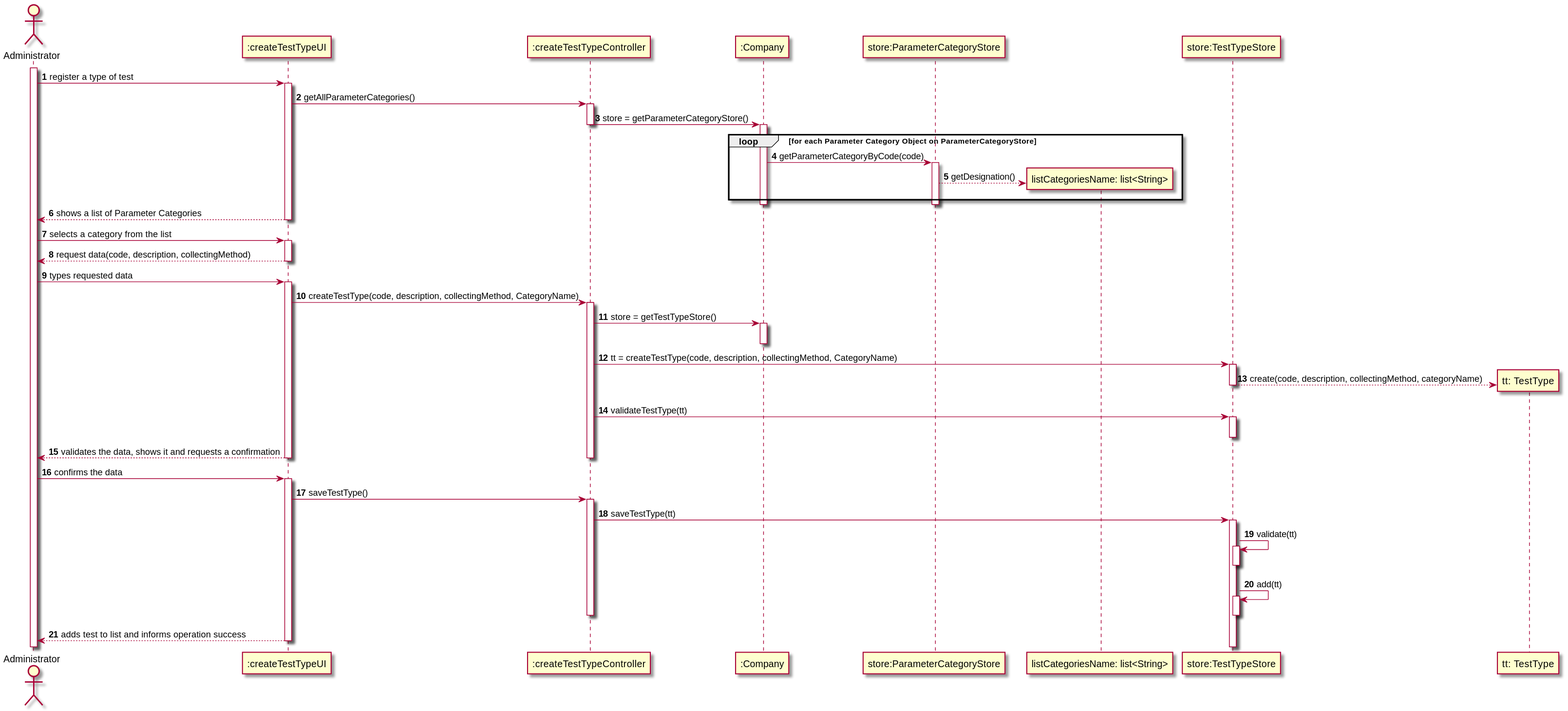
Before: docs/SprintB/US09/US09-SD.svg, a diagram exported from PlantUML (0franciscor/lei-21-s2-1de-g19). Its diagram source:
```plantuml
@startuml
autonumber
actor "Administrator" as admin
activate admin

admin -> ":createTestTypeUI" : register a type of test
activate ":createTestTypeUI"
":createTestTypeUI" -> ":createTestTypeController": getAllParameterCategories()
activate ":createTestTypeController"
":createTestTypeController" -> ":Company": store = getParameterCategoryStore()
deactivate ":createTestTypeController"
activate ":Company"
loop for each Parameter Category Object on ParameterCategoryStore
":Company" -> "store:ParameterCategoryStore": getParameterCategoryByCode(code)
activate "store:ParameterCategoryStore"
create "listCategoriesName: list<String>"
"store:ParameterCategoryStore" --> "listCategoriesName: list<String>": getDesignation()
end
deactivate "store:ParameterCategoryStore"
deactivate ":Company"
":createTestTypeUI" --> admin: shows a list of Parameter Categories
deactivate ":createTestTypeUI"
admin -> ":createTestTypeUI": selects a category from the list
activate ":createTestTypeUI"
":createTestTypeUI" --> admin: request data(code, description, collectingMethod)
deactivate ":createTestTypeUI"
deactivate ":createTestTypeUI"
admin -> ":createTestTypeUI" : types requested data
activate ":createTestTypeUI"
":createTestTypeUI" -> ":createTestTypeController": createTestType(code, description, collectingMethod, CategoryName)
activate ":createTestTypeController"
":createTestTypeController" -> ":Company" : store = getTestTypeStore()
activate ":Company"
deactivate ":Company"
":createTestTypeController" -> "store:TestTypeStore" : tt = createTestType(code, description, collectingMethod, CategoryName)
activate "store:TestTypeStore"
create "tt: TestType"
"store:TestTypeStore" --> "tt: TestType" : create(code, description, collectingMethod, categoryName)
deactivate "store:TestTypeStore"
":createTestTypeController" -> "store:TestTypeStore" : validateTestType(tt)
activate "store:TestTypeStore"
deactivate "store:TestTypeStore"
":createTestTypeUI" --> admin: validates the data, shows it and requests a confirmation
deactivate ":createTestTypeController"
deactivate ":createTestTypeUI"
admin -> ":createTestTypeUI": confirms the data
activate ":createTestTypeUI"
":createTestTypeUI" -> ":createTestTypeController": saveTestType()
activate ":createTestTypeController"
":createTestTypeController" -> "store:TestTypeStore"++ : saveTestType(tt)
"store:TestTypeStore" -> "store:TestTypeStore": validate(tt)
activate "store:TestTypeStore"
deactivate "store:TestTypeStore"
"store:TestTypeStore" -> "store:TestTypeStore": add(tt)
activate "store:TestTypeStore"
deactivate "store:TestTypeStore"
deactivate ":createTestTypeController"
":createTestTypeUI" --> admin: adds test to list and informs operation success
deactivate ":createTestTypeUI"
@enduml
```
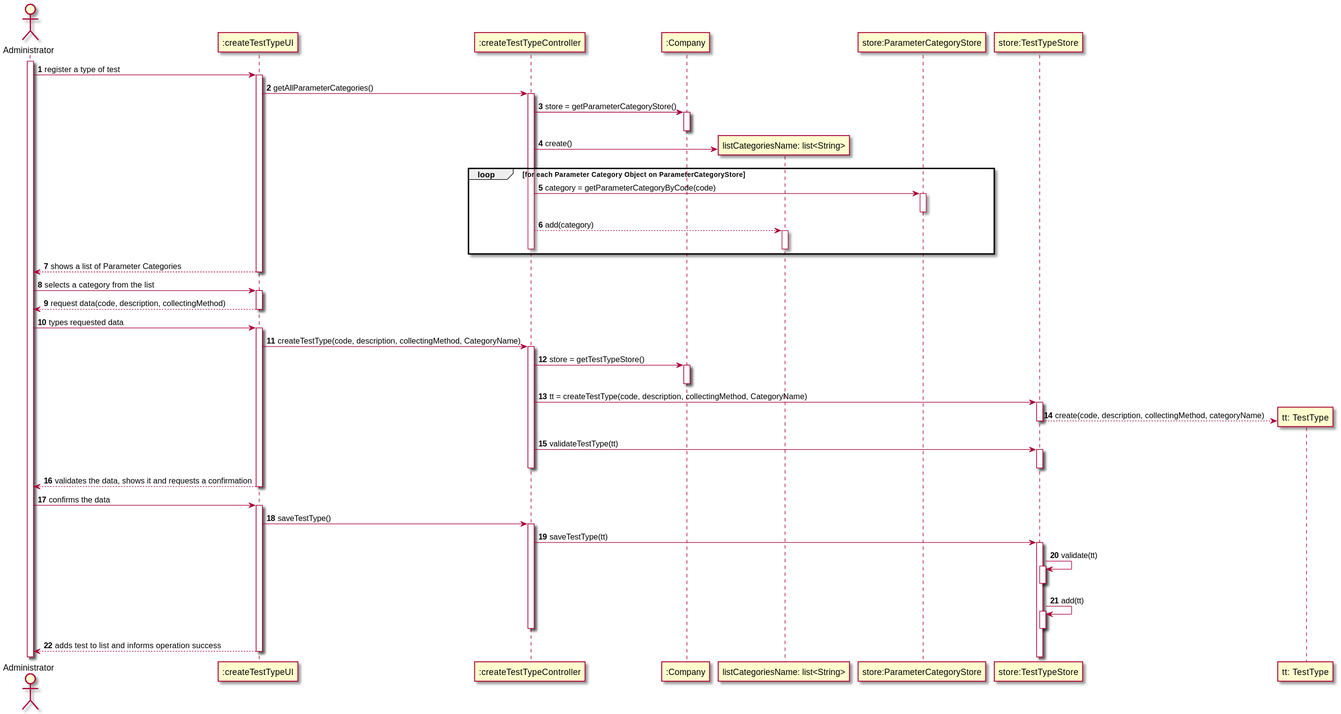
The same diagram one commit later.

The edit, as a diff of the source:
```diff
@@ -4,23 +4,40 @@
 activate admin
 
 admin -> ":createTestTypeUI" : register a type of test
+
+
 activate ":createTestTypeUI"
 ":createTestTypeUI" -> ":createTestTypeController": getAllParameterCategories()
+
+
 activate ":createTestTypeController"
 ":createTestTypeController" -> ":Company": store = getParameterCategoryStore()
+activate ":Company"
+deactivate ":Company"
+
+
+create "listCategoriesName: list<String>"
+":createTestTypeController" -> "listCategoriesName: list<String>": create()
+
+
+loop for each Parameter Category Object on ParameterCategoryStore
+":createTestTypeController" -> "store:ParameterCategoryStore": category = getParameterCategoryByCode(code)
+
+
+activate "store:ParameterCategoryStore"
+deactivate "store:ParameterCategoryStore"
+":createTestTypeController" --> "listCategoriesName: list<String>": add(category)
+activate "listCategoriesName: list<String>"
+deactivate "listCategoriesName: list<String>"
 deactivate ":createTestTypeController"
-activate ":Company"
-loop for each Parameter Category Object on ParameterCategoryStore
-":Company" -> "store:ParameterCategoryStore": getParameterCategoryByCode(code)
-activate "store:ParameterCategoryStore"
-create "listCategoriesName: list<String>"
-"store:ParameterCategoryStore" --> "listCategoriesName: list<String>": getDesignation()
 end
-deactivate "store:ParameterCategoryStore"
-deactivate ":Company"
+
+
 ":createTestTypeUI" --> admin: shows a list of Parameter Categories
 deactivate ":createTestTypeUI"
+
 admin -> ":createTestTypeUI": selects a category from the list
+
 activate ":createTestTypeUI"
 ":createTestTypeUI" --> admin: request data(code, description, collectingMethod)
 deactivate ":createTestTypeUI"
@@ -40,13 +57,14 @@
 ":createTestTypeController" -> "store:TestTypeStore" : validateTestType(tt)
 activate "store:TestTypeStore"
 deactivate "store:TestTypeStore"
+deactivate ":createTestTypeController"
 ":createTestTypeUI" --> admin: validates the data, shows it and requests a confirmation
-deactivate ":createTestTypeController"
 deactivate ":createTestTypeUI"
 admin -> ":createTestTypeUI": confirms the data
 activate ":createTestTypeUI"
 ":createTestTypeUI" -> ":createTestTypeController": saveTestType()
 activate ":createTestTypeController"
+
 ":createTestTypeController" -> "store:TestTypeStore"++ : saveTestType(tt)
 "store:TestTypeStore" -> "store:TestTypeStore": validate(tt)
 activate "store:TestTypeStore"
@@ -54,6 +72,7 @@
 "store:TestTypeStore" -> "store:TestTypeStore": add(tt)
 activate "store:TestTypeStore"
 deactivate "store:TestTypeStore"
+
 deactivate ":createTestTypeController"
 ":createTestTypeUI" --> admin: adds test to list and informs operation success
 deactivate ":createTestTypeUI"
```
